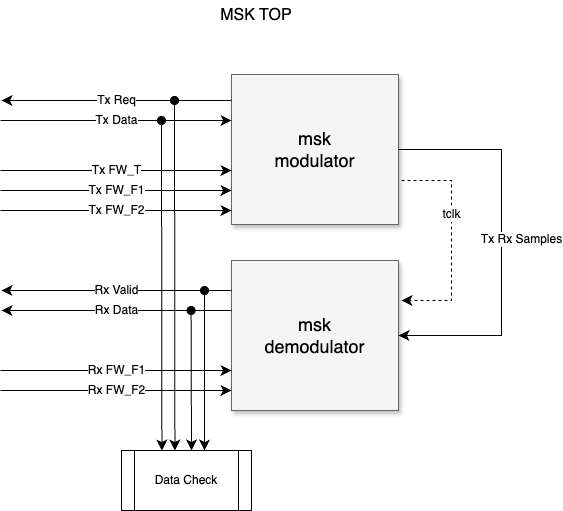
Before: docs/msk_top.drawio.png, a diagram exported from draw.io (OpenResearchInstitute/pluto_msk). Source tidied: cells renumbered, new cells last; positions are measured from the earlier drawing's top-left corner, leaving out a move shared by most shapes. The source it was exported from:
```xml
<mxGraphModel>
  <root>
    <mxCell id="0" style="html=1;" />
    <mxCell id="1" style="html=1;" parent="0" />
    <mxCell id="2" value="msk&lt;div&gt;modulator&lt;/div&gt;" style="whiteSpace=wrap;html=1;shadow=1;fontSize=18;fillColor=#f5f5f5;strokeColor=#666666;" parent="1" vertex="1">
      <mxGeometry x="231" y="74" width="167" height="150" as="geometry" />
    </mxCell>
    <mxCell id="3" value="msk&lt;div&gt;demodulator&lt;/div&gt;" style="whiteSpace=wrap;html=1;shadow=1;fontSize=18;fillColor=#f5f5f5;strokeColor=#666666;" parent="1" vertex="1">
      <mxGeometry x="231" y="260" width="167" height="150" as="geometry" />
    </mxCell>
    <mxCell id="4" style="edgeStyle=elbowEdgeStyle;elbow=vertical;endArrow=classic;html=1;curved=0;rounded=0;endSize=8;startSize=8;fontSize=12;" parent="1" edge="1" source="2" target="3">
      <mxGeometry relative="1" as="geometry">
        <Array as="points">
          <mxPoint x="501" y="240" />
        </Array>
      </mxGeometry>
    </mxCell>
    <mxCell id="5" value="Tx Rx Samples" style="edgeLabel;html=1;align=center;verticalAlign=middle;fontSize=12;" parent="4" vertex="1">
      <mxGeometry x="-0.12" relative="1" as="geometry">
        <mxPoint x="20" y="21" as="offset" />
      </mxGeometry>
    </mxCell>
    <mxCell id="6" style="endArrow=classic;html=1;rounded=0;fontSize=12;startSize=8;endSize=8;curved=1;" parent="1" edge="1">
      <mxGeometry relative="1" as="geometry">
        <mxPoint x="231" y="100" as="sourcePoint" />
        <mxPoint x="1" y="100" as="targetPoint" />
      </mxGeometry>
    </mxCell>
    <mxCell id="7" value="Tx Req" style="edgeLabel;html=1;align=center;verticalAlign=middle;fontSize=12;" parent="6" vertex="1">
      <mxGeometry y="1" relative="1" as="geometry">
        <mxPoint y="-1" as="offset" />
      </mxGeometry>
    </mxCell>
    <mxCell id="8" style="endArrow=classic;html=1;rounded=0;fontSize=12;startSize=8;endSize=8;curved=1;entryX=0.006;entryY=0.353;entryDx=0;entryDy=0;entryPerimeter=0;" parent="1" edge="1">
      <mxGeometry relative="1" as="geometry">
        <mxPoint y="120.1" as="sourcePoint" />
        <mxPoint x="231" y="120" as="targetPoint" />
      </mxGeometry>
    </mxCell>
    <mxCell id="9" value="Tx Data" style="edgeLabel;html=1;align=center;verticalAlign=middle;fontSize=12;" parent="8" vertex="1">
      <mxGeometry relative="1" as="geometry" />
    </mxCell>
    <mxCell id="10" style="endArrow=classic;html=1;rounded=0;fontSize=12;startSize=8;endSize=8;curved=1;entryX=0.006;entryY=0.353;entryDx=0;entryDy=0;entryPerimeter=0;" parent="1" edge="1">
      <mxGeometry relative="1" as="geometry">
        <mxPoint y="170" as="sourcePoint" />
        <mxPoint x="231" y="170" as="targetPoint" />
      </mxGeometry>
    </mxCell>
    <mxCell id="11" value="Tx FW_T" style="edgeLabel;html=1;align=center;verticalAlign=middle;fontSize=12;" parent="10" vertex="1">
      <mxGeometry relative="1" as="geometry" />
    </mxCell>
    <mxCell id="12" style="endArrow=classic;html=1;rounded=0;fontSize=12;startSize=8;endSize=8;curved=1;entryX=0.006;entryY=0.353;entryDx=0;entryDy=0;entryPerimeter=0;" parent="1" edge="1">
      <mxGeometry relative="1" as="geometry">
        <mxPoint y="190" as="sourcePoint" />
        <mxPoint x="231" y="190" as="targetPoint" />
      </mxGeometry>
    </mxCell>
    <mxCell id="13" value="Tx FW_F1" style="edgeLabel;html=1;align=center;verticalAlign=middle;fontSize=12;" parent="12" vertex="1">
      <mxGeometry relative="1" as="geometry" />
    </mxCell>
    <mxCell id="14" style="endArrow=classic;html=1;rounded=0;fontSize=12;startSize=8;endSize=8;curved=1;entryX=0.006;entryY=0.353;entryDx=0;entryDy=0;entryPerimeter=0;" parent="1" edge="1">
      <mxGeometry relative="1" as="geometry">
        <mxPoint y="210" as="sourcePoint" />
        <mxPoint x="231" y="210" as="targetPoint" />
      </mxGeometry>
    </mxCell>
    <mxCell id="15" value="Tx FW_F2" style="edgeLabel;html=1;align=center;verticalAlign=middle;fontSize=12;" parent="14" vertex="1">
      <mxGeometry relative="1" as="geometry" />
    </mxCell>
    <mxCell id="16" style="edgeStyle=elbowEdgeStyle;elbow=horizontal;endArrow=classic;html=1;curved=0;rounded=0;endSize=8;startSize=8;fontSize=12;dashed=1;" parent="1" edge="1">
      <mxGeometry relative="1" as="geometry">
        <mxPoint x="401" y="180" as="sourcePoint" />
        <mxPoint x="401" y="300" as="targetPoint" />
        <Array as="points">
          <mxPoint x="451" y="240" />
        </Array>
      </mxGeometry>
    </mxCell>
    <mxCell id="17" value="tclk" style="edgeLabel;html=1;align=center;verticalAlign=middle;fontSize=12;" parent="16" vertex="1">
      <mxGeometry x="-0.24" relative="1" as="geometry" />
    </mxCell>
    <mxCell id="18" style="endArrow=classic;html=1;rounded=0;fontSize=12;startSize=8;endSize=8;curved=1;entryX=0.006;entryY=0.353;entryDx=0;entryDy=0;entryPerimeter=0;" parent="1" edge="1">
      <mxGeometry relative="1" as="geometry">
        <mxPoint y="370" as="sourcePoint" />
        <mxPoint x="231" y="370" as="targetPoint" />
      </mxGeometry>
    </mxCell>
    <mxCell id="19" value="Rx FW_F1" style="edgeLabel;html=1;align=center;verticalAlign=middle;fontSize=12;" parent="18" vertex="1">
      <mxGeometry relative="1" as="geometry" />
    </mxCell>
    <mxCell id="20" style="endArrow=classic;html=1;rounded=0;fontSize=12;startSize=8;endSize=8;curved=1;entryX=0.006;entryY=0.353;entryDx=0;entryDy=0;entryPerimeter=0;" parent="1" edge="1">
      <mxGeometry relative="1" as="geometry">
        <mxPoint y="390" as="sourcePoint" />
        <mxPoint x="231" y="390" as="targetPoint" />
      </mxGeometry>
    </mxCell>
    <mxCell id="21" value="Rx FW_F2" style="edgeLabel;html=1;align=center;verticalAlign=middle;fontSize=12;" parent="20" vertex="1">
      <mxGeometry relative="1" as="geometry" />
    </mxCell>
    <mxCell id="22" style="endArrow=classic;html=1;rounded=0;fontSize=12;startSize=8;endSize=8;curved=1;" parent="1" edge="1">
      <mxGeometry relative="1" as="geometry">
        <mxPoint x="231" y="290" as="sourcePoint" />
        <mxPoint x="1" y="290" as="targetPoint" />
      </mxGeometry>
    </mxCell>
    <mxCell id="23" value="Rx Valid" style="edgeLabel;html=1;align=center;verticalAlign=middle;fontSize=12;" parent="22" vertex="1">
      <mxGeometry y="1" relative="1" as="geometry">
        <mxPoint y="-1" as="offset" />
      </mxGeometry>
    </mxCell>
    <mxCell id="24" style="endArrow=classic;html=1;rounded=0;fontSize=12;startSize=8;endSize=8;curved=1;" parent="1" edge="1">
      <mxGeometry relative="1" as="geometry">
        <mxPoint x="231" y="310" as="sourcePoint" />
        <mxPoint x="1" y="310" as="targetPoint" />
      </mxGeometry>
    </mxCell>
    <mxCell id="25" value="Rx Data" style="edgeLabel;html=1;align=center;verticalAlign=middle;fontSize=12;" parent="24" vertex="1">
      <mxGeometry y="1" relative="1" as="geometry">
        <mxPoint y="-1" as="offset" />
      </mxGeometry>
    </mxCell>
    <mxCell id="26" value="MSK TOP" style="text;strokeColor=none;fillColor=none;html=1;align=center;verticalAlign=middle;whiteSpace=wrap;rounded=0;fontSize=16;" parent="1" vertex="1">
      <mxGeometry x="211" width="90" height="30" as="geometry" />
    </mxCell>
    <mxCell id="27" value="Data Check" style="shape=process;whiteSpace=wrap;html=1;backgroundOutline=1;" parent="1" vertex="1">
      <mxGeometry x="121" y="450" width="130" height="60" as="geometry" />
    </mxCell>
    <mxCell id="28" style="endArrow=classic;html=1;rounded=0;fontSize=12;startSize=8;endSize=8;curved=0;jumpStyle=arc;startArrow=oval;startFill=1;" parent="1" edge="1">
      <mxGeometry relative="1" as="geometry">
        <mxPoint x="204" y="290" as="sourcePoint" />
        <mxPoint x="204" y="450" as="targetPoint" />
      </mxGeometry>
    </mxCell>
    <mxCell id="29" style="endArrow=classic;html=1;rounded=0;fontSize=12;startSize=8;endSize=8;curved=0;jumpStyle=arc;startArrow=oval;startFill=1;" parent="1" edge="1">
      <mxGeometry relative="1" as="geometry">
        <mxPoint x="190.6" y="310" as="sourcePoint" />
        <mxPoint x="191" y="450" as="targetPoint" />
      </mxGeometry>
    </mxCell>
    <mxCell id="30" style="endArrow=classic;html=1;rounded=0;fontSize=12;startSize=8;endSize=8;curved=0;jumpStyle=arc;startArrow=oval;startFill=1;" parent="1" edge="1">
      <mxGeometry relative="1" as="geometry">
        <mxPoint x="174" y="100" as="sourcePoint" />
        <mxPoint x="174.4" y="450" as="targetPoint" />
      </mxGeometry>
    </mxCell>
    <mxCell id="31" style="endArrow=classic;html=1;rounded=0;fontSize=12;startSize=8;endSize=8;curved=0;jumpStyle=arc;startArrow=oval;startFill=1;" parent="1" edge="1">
      <mxGeometry relative="1" as="geometry">
        <mxPoint x="161" y="120" as="sourcePoint" />
        <mxPoint x="161.4" y="450" as="targetPoint" />
      </mxGeometry>
    </mxCell>
  </root>
</mxGraphModel>
```
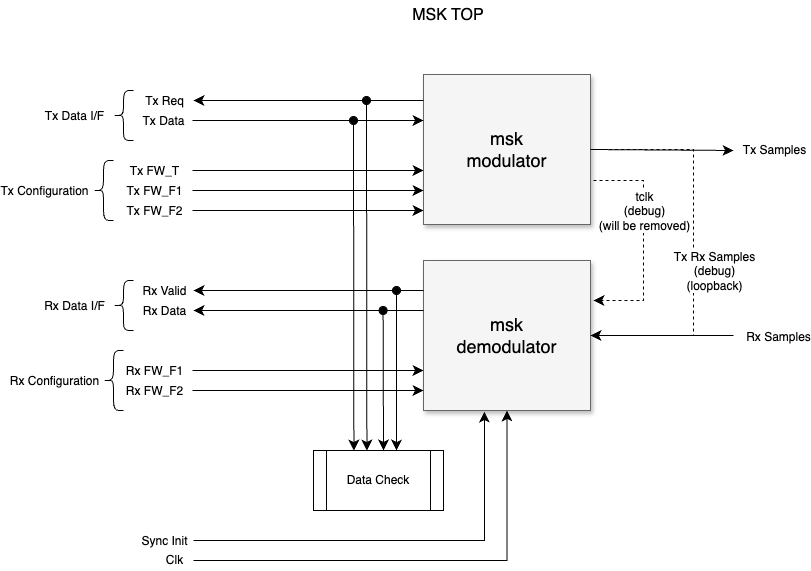
After the commit.

Commit message:
Update msk_top block diagram

Change to the diagram source:
```diff
@@ -8,16 +8,16 @@
     <mxCell id="3" value="msk&lt;div&gt;demodulator&lt;/div&gt;" style="whiteSpace=wrap;html=1;shadow=1;fontSize=18;fillColor=#f5f5f5;strokeColor=#666666;" parent="1" vertex="1">
       <mxGeometry x="231" y="260" width="167" height="150" as="geometry" />
     </mxCell>
-    <mxCell id="4" style="edgeStyle=elbowEdgeStyle;elbow=vertical;endArrow=classic;html=1;curved=0;rounded=0;endSize=8;startSize=8;fontSize=12;" parent="1" edge="1" source="2" target="3">
+    <mxCell id="4" style="edgeStyle=elbowEdgeStyle;elbow=vertical;endArrow=classic;html=1;curved=0;rounded=0;endSize=8;startSize=8;fontSize=12;dashed=1;" parent="1" edge="1" source="2" target="3">
       <mxGeometry relative="1" as="geometry">
         <Array as="points">
           <mxPoint x="501" y="240" />
         </Array>
       </mxGeometry>
     </mxCell>
-    <mxCell id="5" value="Tx Rx Samples" style="edgeLabel;html=1;align=center;verticalAlign=middle;fontSize=12;" parent="4" vertex="1">
+    <mxCell id="5" value="Tx Rx Samples&lt;div&gt;(debug)&lt;/div&gt;&lt;div&gt;(loopback)&lt;/div&gt;" style="edgeLabel;html=1;align=center;verticalAlign=middle;fontSize=12;" parent="4" vertex="1">
       <mxGeometry x="-0.12" relative="1" as="geometry">
-        <mxPoint x="20" y="21" as="offset" />
+        <mxPoint x="20" y="52" as="offset" />
       </mxGeometry>
     </mxCell>
     <mxCell id="6" style="endArrow=classic;html=1;rounded=0;fontSize=12;startSize=8;endSize=8;curved=1;" parent="1" edge="1">
@@ -28,7 +28,7 @@
     </mxCell>
     <mxCell id="7" value="Tx Req" style="edgeLabel;html=1;align=center;verticalAlign=middle;fontSize=12;" parent="6" vertex="1">
       <mxGeometry y="1" relative="1" as="geometry">
-        <mxPoint y="-1" as="offset" />
+        <mxPoint x="-145" y="-1" as="offset" />
       </mxGeometry>
     </mxCell>
     <mxCell id="8" style="endArrow=classic;html=1;rounded=0;fontSize=12;startSize=8;endSize=8;curved=1;entryX=0.006;entryY=0.353;entryDx=0;entryDy=0;entryPerimeter=0;" parent="1" edge="1">
@@ -38,7 +38,9 @@
       </mxGeometry>
     </mxCell>
     <mxCell id="9" value="Tx Data" style="edgeLabel;html=1;align=center;verticalAlign=middle;fontSize=12;" parent="8" vertex="1">
-      <mxGeometry relative="1" as="geometry" />
+      <mxGeometry relative="1" as="geometry">
+        <mxPoint x="-145" as="offset" />
+      </mxGeometry>
     </mxCell>
     <mxCell id="10" style="endArrow=classic;html=1;rounded=0;fontSize=12;startSize=8;endSize=8;curved=1;entryX=0.006;entryY=0.353;entryDx=0;entryDy=0;entryPerimeter=0;" parent="1" edge="1">
       <mxGeometry relative="1" as="geometry">
@@ -47,7 +49,9 @@
       </mxGeometry>
     </mxCell>
     <mxCell id="11" value="Tx FW_T" style="edgeLabel;html=1;align=center;verticalAlign=middle;fontSize=12;" parent="10" vertex="1">
-      <mxGeometry relative="1" as="geometry" />
+      <mxGeometry relative="1" as="geometry">
+        <mxPoint x="-155" as="offset" />
+      </mxGeometry>
     </mxCell>
     <mxCell id="12" style="endArrow=classic;html=1;rounded=0;fontSize=12;startSize=8;endSize=8;curved=1;entryX=0.006;entryY=0.353;entryDx=0;entryDy=0;entryPerimeter=0;" parent="1" edge="1">
       <mxGeometry relative="1" as="geometry">
@@ -56,7 +60,9 @@
       </mxGeometry>
     </mxCell>
     <mxCell id="13" value="Tx FW_F1" style="edgeLabel;html=1;align=center;verticalAlign=middle;fontSize=12;" parent="12" vertex="1">
-      <mxGeometry relative="1" as="geometry" />
+      <mxGeometry relative="1" as="geometry">
+        <mxPoint x="-155" as="offset" />
+      </mxGeometry>
     </mxCell>
     <mxCell id="14" style="endArrow=classic;html=1;rounded=0;fontSize=12;startSize=8;endSize=8;curved=1;entryX=0.006;entryY=0.353;entryDx=0;entryDy=0;entryPerimeter=0;" parent="1" edge="1">
       <mxGeometry relative="1" as="geometry">
@@ -65,7 +71,9 @@
       </mxGeometry>
     </mxCell>
     <mxCell id="15" value="Tx FW_F2" style="edgeLabel;html=1;align=center;verticalAlign=middle;fontSize=12;" parent="14" vertex="1">
-      <mxGeometry relative="1" as="geometry" />
+      <mxGeometry relative="1" as="geometry">
+        <mxPoint x="-155" as="offset" />
+      </mxGeometry>
     </mxCell>
     <mxCell id="16" style="edgeStyle=elbowEdgeStyle;elbow=horizontal;endArrow=classic;html=1;curved=0;rounded=0;endSize=8;startSize=8;fontSize=12;dashed=1;" parent="1" edge="1">
       <mxGeometry relative="1" as="geometry">
@@ -76,8 +84,10 @@
         </Array>
       </mxGeometry>
     </mxCell>
-    <mxCell id="17" value="tclk" style="edgeLabel;html=1;align=center;verticalAlign=middle;fontSize=12;" parent="16" vertex="1">
-      <mxGeometry x="-0.24" relative="1" as="geometry" />
+    <mxCell id="17" value="tclk&lt;div&gt;(debug)&lt;br&gt;&lt;div&gt;(will be removed)&lt;/div&gt;&lt;/div&gt;" style="edgeLabel;html=1;align=center;verticalAlign=middle;fontSize=12;" parent="16" vertex="1">
+      <mxGeometry x="-0.24" relative="1" as="geometry">
+        <mxPoint y="-4" as="offset" />
+      </mxGeometry>
     </mxCell>
     <mxCell id="18" style="endArrow=classic;html=1;rounded=0;fontSize=12;startSize=8;endSize=8;curved=1;entryX=0.006;entryY=0.353;entryDx=0;entryDy=0;entryPerimeter=0;" parent="1" edge="1">
       <mxGeometry relative="1" as="geometry">
@@ -86,7 +96,9 @@
       </mxGeometry>
     </mxCell>
     <mxCell id="19" value="Rx FW_F1" style="edgeLabel;html=1;align=center;verticalAlign=middle;fontSize=12;" parent="18" vertex="1">
-      <mxGeometry relative="1" as="geometry" />
+      <mxGeometry relative="1" as="geometry">
+        <mxPoint x="-155" as="offset" />
+      </mxGeometry>
     </mxCell>
     <mxCell id="20" style="endArrow=classic;html=1;rounded=0;fontSize=12;startSize=8;endSize=8;curved=1;entryX=0.006;entryY=0.353;entryDx=0;entryDy=0;entryPerimeter=0;" parent="1" edge="1">
       <mxGeometry relative="1" as="geometry">
@@ -95,7 +107,9 @@
       </mxGeometry>
     </mxCell>
     <mxCell id="21" value="Rx FW_F2" style="edgeLabel;html=1;align=center;verticalAlign=middle;fontSize=12;" parent="20" vertex="1">
-      <mxGeometry relative="1" as="geometry" />
+      <mxGeometry relative="1" as="geometry">
+        <mxPoint x="-155" as="offset" />
+      </mxGeometry>
     </mxCell>
     <mxCell id="22" style="endArrow=classic;html=1;rounded=0;fontSize=12;startSize=8;endSize=8;curved=1;" parent="1" edge="1">
       <mxGeometry relative="1" as="geometry">
@@ -105,7 +119,7 @@
     </mxCell>
     <mxCell id="23" value="Rx Valid" style="edgeLabel;html=1;align=center;verticalAlign=middle;fontSize=12;" parent="22" vertex="1">
       <mxGeometry y="1" relative="1" as="geometry">
-        <mxPoint y="-1" as="offset" />
+        <mxPoint x="-145" y="-1" as="offset" />
       </mxGeometry>
     </mxCell>
     <mxCell id="24" style="endArrow=classic;html=1;rounded=0;fontSize=12;startSize=8;endSize=8;curved=1;" parent="1" edge="1">
@@ -116,7 +130,7 @@
     </mxCell>
     <mxCell id="25" value="Rx Data" style="edgeLabel;html=1;align=center;verticalAlign=middle;fontSize=12;" parent="24" vertex="1">
       <mxGeometry y="1" relative="1" as="geometry">
-        <mxPoint y="-1" as="offset" />
+        <mxPoint x="-145" y="-1" as="offset" />
       </mxGeometry>
     </mxCell>
     <mxCell id="26" value="MSK TOP" style="text;strokeColor=none;fillColor=none;html=1;align=center;verticalAlign=middle;whiteSpace=wrap;rounded=0;fontSize=16;" parent="1" vertex="1">
@@ -149,5 +163,67 @@
         <mxPoint x="161.4" y="450" as="targetPoint" />
       </mxGeometry>
     </mxCell>
+    <mxCell id="32" style="edgeStyle=segmentEdgeStyle;endArrow=classic;html=1;curved=0;rounded=0;endSize=8;startSize=8;fontSize=12;" parent="1" edge="1" target="3">
+      <mxGeometry relative="1" as="geometry">
+        <mxPoint x="1" y="560" as="sourcePoint" />
+      </mxGeometry>
+    </mxCell>
+    <mxCell id="33" value="Clk" style="edgeLabel;html=1;align=center;verticalAlign=middle;fontSize=12;" parent="32" vertex="1">
+      <mxGeometry x="-0.87" y="1" relative="1" as="geometry">
+        <mxPoint x="-51" as="offset" />
+      </mxGeometry>
+    </mxCell>
+    <mxCell id="34" style="edgeStyle=segmentEdgeStyle;endArrow=classic;html=1;curved=0;rounded=0;endSize=8;startSize=8;fontSize=12;entryX=0.365;entryY=1.007;entryDx=0;entryDy=0;entryPerimeter=0;" parent="1" edge="1" target="3">
+      <mxGeometry relative="1" as="geometry">
+        <mxPoint x="1" y="540" as="sourcePoint" />
+      </mxGeometry>
+    </mxCell>
+    <mxCell id="35" value="Sync Init" style="edgeLabel;html=1;align=center;verticalAlign=middle;fontSize=12;" parent="34" vertex="1">
+      <mxGeometry x="-0.86" relative="1" as="geometry">
+        <mxPoint x="-59" as="offset" />
+      </mxGeometry>
+    </mxCell>
+    <mxCell id="36" style="shape=curlyBracket;whiteSpace=wrap;html=1;rounded=1;labelPosition=left;verticalLabelPosition=middle;align=right;verticalAlign=middle;" parent="1" vertex="1">
+      <mxGeometry x="-79" y="90" width="20" height="50" as="geometry" />
+    </mxCell>
+    <mxCell id="37" value="Tx Data I/F" style="edgeLabel;html=1;align=center;verticalAlign=middle;fontSize=12;" parent="1" vertex="1">
+      <mxGeometry x="-119" y="115" as="geometry" />
+    </mxCell>
+    <mxCell id="38" style="shape=curlyBracket;whiteSpace=wrap;html=1;rounded=1;labelPosition=left;verticalLabelPosition=middle;align=right;verticalAlign=middle;" parent="1" vertex="1">
+      <mxGeometry x="-79" y="280" width="20" height="50" as="geometry" />
+    </mxCell>
+    <mxCell id="39" value="Rx Data I/F" style="edgeLabel;html=1;align=center;verticalAlign=middle;fontSize=12;" parent="1" vertex="1">
+      <mxGeometry x="-119" y="305" as="geometry" />
+    </mxCell>
+    <mxCell id="40" style="shape=curlyBracket;whiteSpace=wrap;html=1;rounded=1;labelPosition=left;verticalLabelPosition=middle;align=right;verticalAlign=middle;" parent="1" vertex="1">
+      <mxGeometry x="-99" y="160" width="20" height="60" as="geometry" />
+    </mxCell>
+    <mxCell id="41" value="Tx Configuration" style="edgeLabel;html=1;align=center;verticalAlign=middle;fontSize=12;" parent="1" vertex="1">
+      <mxGeometry x="-149" y="190" as="geometry" />
+    </mxCell>
+    <mxCell id="42" style="shape=curlyBracket;whiteSpace=wrap;html=1;rounded=1;labelPosition=left;verticalLabelPosition=middle;align=right;verticalAlign=middle;" parent="1" vertex="1">
+      <mxGeometry x="-89" y="350" width="20" height="60" as="geometry" />
+    </mxCell>
+    <mxCell id="43" value="Rx Configuration" style="edgeLabel;html=1;align=center;verticalAlign=middle;fontSize=12;" parent="1" vertex="1">
+      <mxGeometry x="-139" y="380" as="geometry" />
+    </mxCell>
+    <mxCell id="44" style="endArrow=classic;html=1;rounded=0;fontSize=12;startSize=8;endSize=8;curved=1;exitX=1;exitY=0.5;exitDx=0;exitDy=0;" parent="1" edge="1" source="2">
+      <mxGeometry relative="1" as="geometry">
+        <mxPoint x="541" y="150" as="targetPoint" />
+      </mxGeometry>
+    </mxCell>
+    <mxCell id="45" value="Tx Samples" style="edgeLabel;html=1;align=center;verticalAlign=middle;fontSize=12;" parent="1" vertex="1">
+      <mxGeometry x="581" y="149" as="geometry" />
+    </mxCell>
+    <mxCell id="46" style="endArrow=classic;html=1;rounded=0;fontSize=12;startSize=8;endSize=8;curved=1;entryX=1;entryY=0.5;entryDx=0;entryDy=0;" parent="1" edge="1" target="3">
+      <mxGeometry relative="1" as="geometry">
+        <mxPoint x="541" y="335" as="sourcePoint" />
+      </mxGeometry>
+    </mxCell>
+    <mxCell id="47" value="Rx Samples" style="edgeLabel;html=1;align=center;verticalAlign=middle;fontSize=12;" parent="1" vertex="1">
+      <mxGeometry x="601" y="159" as="geometry">
+        <mxPoint x="-16" y="177" as="offset" />
+      </mxGeometry>
+    </mxCell>
   </root>
 </mxGraphModel>
```
